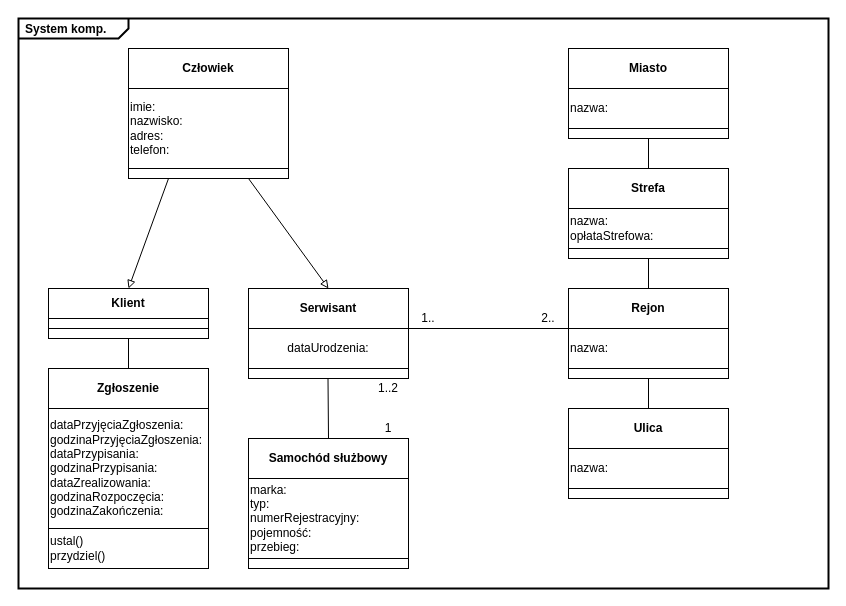
The draw.io diagram Program komputerowy.drawio in MiloszTrze/Tabela, before the edit. Source tidied: cells renumbered, new cells numbered last; positions are measured from the earlier drawing's top-left corner, leaving out a move shared by most shapes. Both pictures are drawn from the tidied source at 100%, with x=0, y=0 at pixel (18, 18).
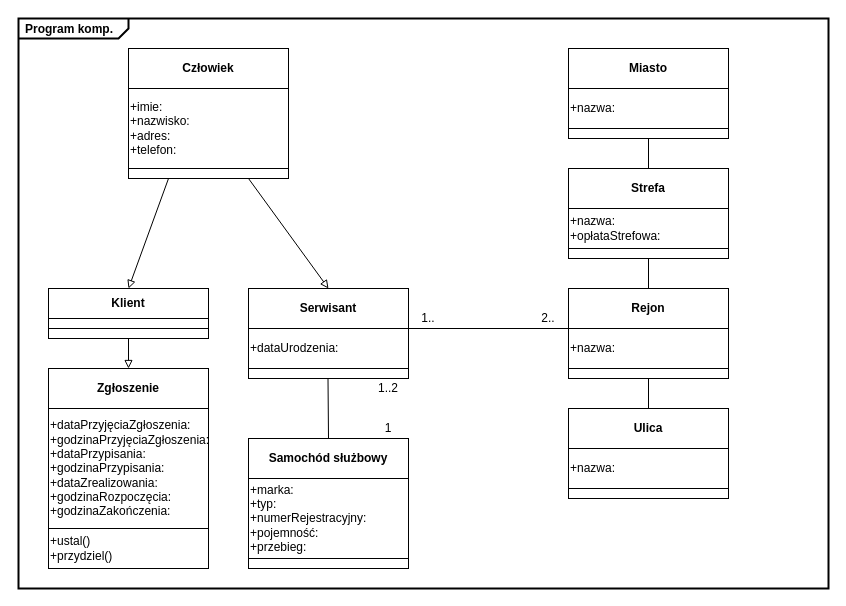
Above is the later version.

The change refers to these unchanged cells:
```xml
<mxCell id="9" value="&lt;b&gt;Zgłoszenie&lt;/b&gt;" style="rounded=0;whiteSpace=wrap;html=1;" parent="1" vertex="1">
  <mxGeometry x="30" y="350" width="160" height="40" as="geometry" />
</mxCell>
```

What changed in the source:
```diff
@@
-    <mxCell id="2" value="&lt;p style=&quot;margin: 0px ; margin-top: 4px ; margin-left: 7px ; text-align: left&quot;&gt;&lt;b&gt;System komp.&lt;/b&gt;&lt;/p&gt;" style="html=1;shape=mxgraph.sysml.package;overflow=fill;labelX=110;strokeWidth=2;align=center;" parent="1" vertex="1">
+    <mxCell id="2" value="&lt;p style=&quot;margin: 0px ; margin-top: 4px ; margin-left: 7px ; text-align: left&quot;&gt;&lt;b&gt;Program komp.&lt;/b&gt;&lt;/p&gt;" style="html=1;shape=mxgraph.sysml.package;overflow=fill;labelX=110;strokeWidth=2;align=center;" parent="1" vertex="1">
       <mxGeometry width="810" height="570" as="geometry" />
     </mxCell>
-    <mxCell id="3" value="imie:&lt;br&gt;nazwisko:&lt;br&gt;adres:&amp;nbsp;&lt;br&gt;telefon:" style="rounded=0;whiteSpace=wrap;html=1;align=left;" parent="1" vertex="1">
+    <mxCell id="3" value="+imie:&lt;br&gt;+nazwisko:&lt;br&gt;+adres:&amp;nbsp;&lt;br&gt;+telefon:" style="rounded=0;whiteSpace=wrap;html=1;align=left;" parent="1" vertex="1">
       <mxGeometry x="110" y="70" width="160" height="80" as="geometry" />
     </mxCell>
@@
-    <mxCell id="10" value="dataPrzyjęciaZgłoszenia:&lt;br&gt;godzinaPrzyjęciaZgłoszenia:&lt;br&gt;dataPrzypisania:&lt;br&gt;godzinaPrzypisania:&lt;br&gt;dataZrealizowania:&lt;br&gt;godzinaRozpoczęcia:&lt;br&gt;godzinaZakończenia:" style="rounded=0;whiteSpace=wrap;html=1;align=left;" parent="1" vertex="1">
+    <mxCell id="10" value="+dataPrzyjęciaZgłoszenia:&lt;br&gt;+godzinaPrzyjęciaZgłoszenia:&lt;br&gt;+dataPrzypisania:&lt;br&gt;+godzinaPrzypisania:&lt;br&gt;+dataZrealizowania:&lt;br&gt;+godzinaRozpoczęcia:&lt;br&gt;+godzinaZakończenia:" style="rounded=0;whiteSpace=wrap;html=1;align=left;" parent="1" vertex="1">
       <mxGeometry x="30" y="390" width="160" height="120" as="geometry" />
     </mxCell>
-    <mxCell id="11" value="ustal()&lt;br&gt;&lt;div&gt;&lt;span&gt;przydziel()&lt;/span&gt;&lt;/div&gt;" style="rounded=0;whiteSpace=wrap;html=1;align=left;" parent="1" vertex="1">
+    <mxCell id="11" value="+ustal()&lt;br&gt;&lt;div&gt;&lt;span&gt;+przydziel()&lt;/span&gt;&lt;/div&gt;" style="rounded=0;whiteSpace=wrap;html=1;align=left;" parent="1" vertex="1">
       <mxGeometry x="30" y="510" width="160" height="40" as="geometry" />
     </mxCell>
@@
-    <mxCell id="13" value="dataUrodzenia:" style="rounded=0;whiteSpace=wrap;html=1;" parent="1" vertex="1">
+    <mxCell id="13" value="+dataUrodzenia:" style="rounded=0;whiteSpace=wrap;html=1;align=left;" parent="1" vertex="1">
       <mxGeometry x="230" y="310" width="160" height="40" as="geometry" />
     </mxCell>
@@
-    <mxCell id="16" value="marka:&lt;br&gt;typ:&lt;br&gt;numerRejestracyjny:&lt;br&gt;pojemność:&lt;br&gt;przebieg:" style="rounded=0;whiteSpace=wrap;html=1;align=left;" parent="1" vertex="1">
+    <mxCell id="16" value="+marka:&lt;br&gt;+typ:&lt;br&gt;+numerRejestracyjny:&lt;br&gt;+pojemność:&lt;br&gt;+przebieg:" style="rounded=0;whiteSpace=wrap;html=1;align=left;" parent="1" vertex="1">
       <mxGeometry x="230" y="460" width="160" height="80" as="geometry" />
     </mxCell>
@@
-    <mxCell id="19" value="nazwa:" style="rounded=0;whiteSpace=wrap;html=1;align=left;" parent="1" vertex="1">
+    <mxCell id="19" value="+nazwa:" style="rounded=0;whiteSpace=wrap;html=1;align=left;" parent="1" vertex="1">
       <mxGeometry x="550" y="70" width="160" height="40" as="geometry" />
     </mxCell>
@@
-    <mxCell id="23" value="nazwa:&lt;br&gt;opłataStrefowa:" style="rounded=0;whiteSpace=wrap;html=1;align=left;" parent="1" vertex="1">
+    <mxCell id="23" value="+nazwa:&lt;br&gt;+opłataStrefowa:" style="rounded=0;whiteSpace=wrap;html=1;align=left;" parent="1" vertex="1">
       <mxGeometry x="550" y="190" width="160" height="40" as="geometry" />
     </mxCell>
@@
-    <mxCell id="25" value="nazwa:" style="rounded=0;whiteSpace=wrap;html=1;align=left;" parent="1" vertex="1">
+    <mxCell id="25" value="+nazwa:" style="rounded=0;whiteSpace=wrap;html=1;align=left;" parent="1" vertex="1">
       <mxGeometry x="550" y="310" width="160" height="40" as="geometry" />
     </mxCell>
@@
-    <mxCell id="28" value="nazwa:" style="rounded=0;whiteSpace=wrap;html=1;align=left;" parent="1" vertex="1">
+    <mxCell id="28" value="+nazwa:" style="rounded=0;whiteSpace=wrap;html=1;align=left;" parent="1" vertex="1">
       <mxGeometry x="550" y="430" width="160" height="40" as="geometry" />
     </mxCell>
@@
-    <mxCell id="37" style="endArrow=none;html=1;exitX=0.5;exitY=0;exitDx=0;exitDy=0;" parent="1" edge="1" source="9">
-      <mxGeometry relative="1" as="geometry">
-        <mxPoint x="110" y="320" as="targetPoint" />
-      </mxGeometry>
-    </mxCell>
@@
+    <mxCell id="42" style="endArrow=block;html=1;endFill=0;entryX=0.5;entryY=0;entryDx=0;entryDy=0;" parent="1" edge="1" target="9">
+      <mxGeometry relative="1" as="geometry">
+        <mxPoint x="110" y="320" as="sourcePoint" />
+      </mxGeometry>
+    </mxCell>
```
